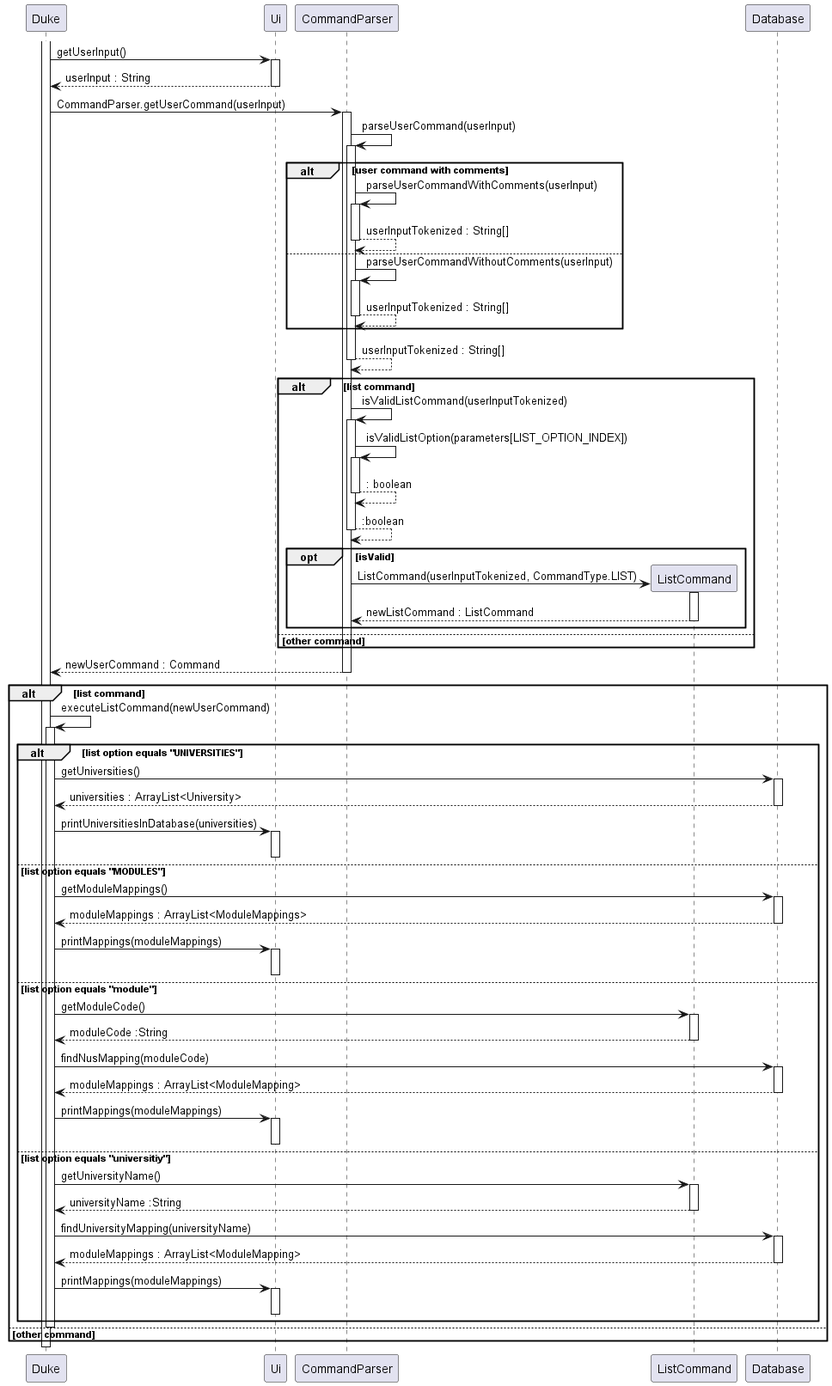
Before: docs/images/ListCommand_Sequence.png, a diagram exported from PlantUML (nus-cs2113-AY2223S1/tp). The source it was exported from:
```plantuml
@startuml

activate Duke

Duke -> Ui : getUserInput()
activate Ui
Ui --> Duke : userInput : String
deactivate Ui

Duke -> CommandParser : CommandParser.getUserCommand(userInput)
activate CommandParser

CommandParser -> CommandParser : parseUserCommand(userInput)
activate CommandParser

alt user command with comments
    CommandParser -> CommandParser : parseUserCommandWithComments(userInput)
    activate CommandParser

    CommandParser --> CommandParser : userInputTokenized : String[]
    deactivate CommandParser

else
    CommandParser -> CommandParser : parseUserCommandWithoutComments(userInput)
    activate CommandParser

    CommandParser --> CommandParser : userInputTokenized : String[]
    deactivate CommandParser
end

CommandParser --> CommandParser : userInputTokenized : String[]
deactivate CommandParser

alt list command

    CommandParser -> CommandParser : isValidListCommand(userInputTokenized)
    activate CommandParser

    CommandParser -> CommandParser : isValidListOption(parameters[LIST_OPTION_INDEX])
    activate CommandParser
    CommandParser --> CommandParser : : boolean
    deactivate CommandParser

    CommandParser --> CommandParser : :boolean
    deactivate CommandParser

    opt isValid

        create ListCommand
        CommandParser -> ListCommand : ListCommand(userInputTokenized, CommandType.LIST)
        activate ListCommand
        ListCommand --> CommandParser : newListCommand : ListCommand
        deactivate ListCommand

    end

else other command

end

CommandParser --> Duke : newUserCommand : Command
deactivate CommandParser

alt list command

    Duke -> Duke : executeListCommand(newUserCommand)
    activate Duke

    alt list option equals "UNIVERSITIES"

        Duke -> Database : getUniversities()
        activate Database
        Database --> Duke : universities : ArrayList<University>
        deactivate Database

        Duke -> Ui : printUniversitiesInDatabase(universities)
        activate Ui
        deactivate Ui

    else list option equals "MODULES"

        Duke -> Database : getModuleMappings()
        activate Database
        Database --> Duke : moduleMappings : ArrayList<ModuleMappings>
        deactivate Database

        Duke -> Ui : printMappings(moduleMappings)
        activate Ui
        deactivate Ui

    else list option equals "module"

        Duke -> ListCommand : getModuleCode()
        activate ListCommand
        ListCommand --> Duke : moduleCode :String
        deactivate ListCommand

        Duke -> Database : findNusMapping(moduleCode)
        activate Database
        Database --> Duke : moduleMappings : ArrayList<ModuleMapping>
        deactivate Database

        Duke -> Ui : printMappings(moduleMappings)
        activate Ui
        deactivate Ui

    else list option equals "universitiy"

        Duke -> ListCommand : getUniversityName()
        activate ListCommand
        ListCommand --> Duke : universityName :String
        deactivate ListCommand

        Duke -> Database : findUniversityMapping(universityName)
        activate Database
        Database --> Duke : moduleMappings : ArrayList<ModuleMapping>
        deactivate Database

        Duke -> Ui : printMappings(moduleMappings)
        activate Ui
        deactivate Ui

    end

deactivate Duke
else other command
end
deactivate Duke

@enduml
```
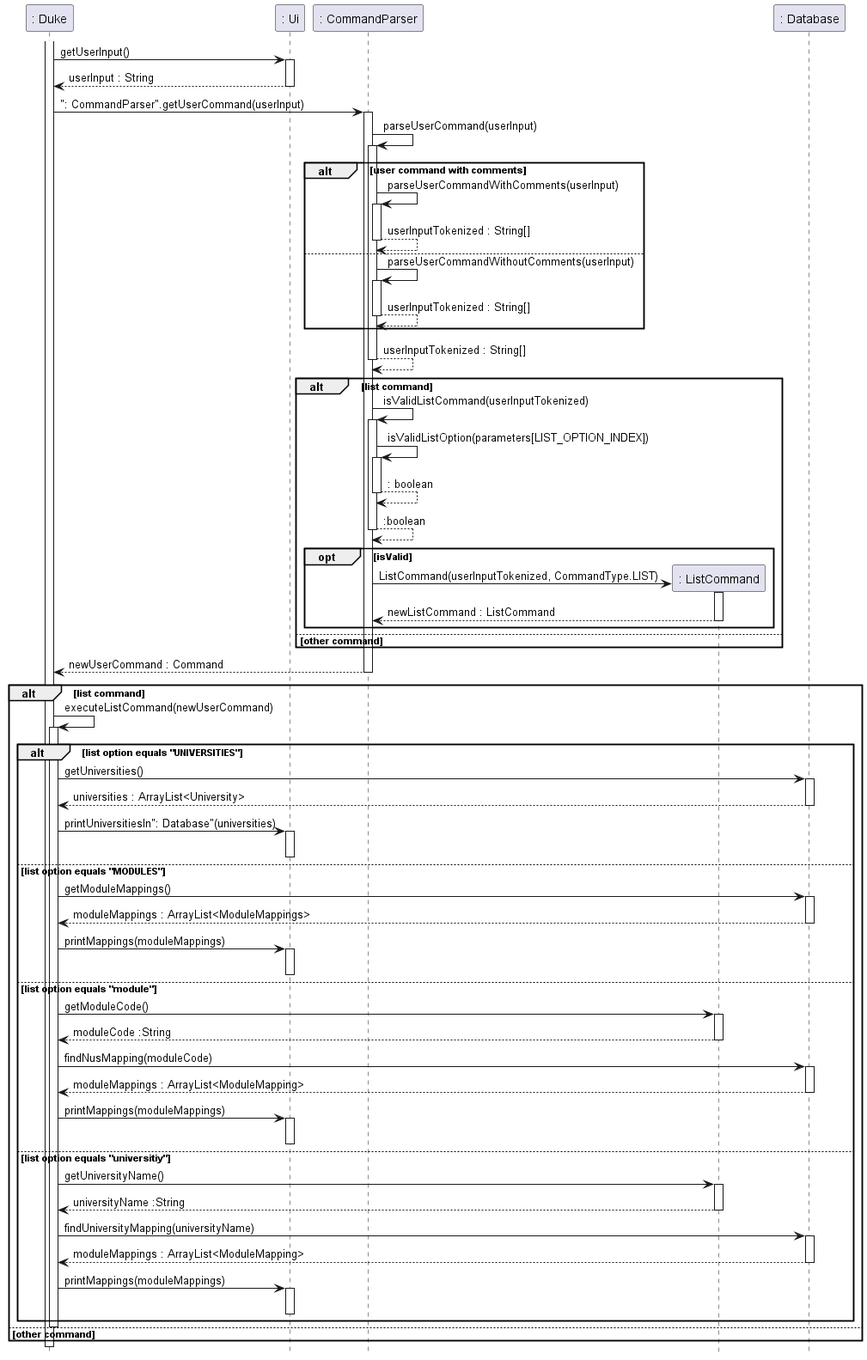
Above is the later version.

Commit message:
Export list command image

The edit, as a diff of the source:
```diff
@@ -1,56 +1,58 @@
 @startuml
 
-activate Duke
+hide footbox
 
-Duke -> Ui : getUserInput()
-activate Ui
-Ui --> Duke : userInput : String
-deactivate Ui
+activate ": Duke"
 
-Duke -> CommandParser : CommandParser.getUserCommand(userInput)
-activate CommandParser
+": Duke" -> ": Ui" : getUserInput()
+activate ": Ui"
+": Ui" --> ": Duke" : userInput : String
+deactivate ": Ui"
 
-CommandParser -> CommandParser : parseUserCommand(userInput)
-activate CommandParser
+": Duke" -> ": CommandParser" : ": CommandParser".getUserCommand(userInput)
+activate ": CommandParser"
+
+": CommandParser" -> ": CommandParser" : parseUserCommand(userInput)
+activate ": CommandParser"
 
 alt user command with comments
-    CommandParser -> CommandParser : parseUserCommandWithComments(userInput)
-    activate CommandParser
+    ": CommandParser" -> ": CommandParser" : parseUserCommandWithComments(userInput)
+    activate ": CommandParser"
 
-    CommandParser --> CommandParser : userInputTokenized : String[]
-    deactivate CommandParser
+    ": CommandParser" --> ": CommandParser" : userInputTokenized : String[]
+    deactivate ": CommandParser"
 
 else
-    CommandParser -> CommandParser : parseUserCommandWithoutComments(userInput)
-    activate CommandParser
+    ": CommandParser" -> ": CommandParser" : parseUserCommandWithoutComments(userInput)
+    activate ": CommandParser"
 
-    CommandParser --> CommandParser : userInputTokenized : String[]
-    deactivate CommandParser
+    ": CommandParser" --> ": CommandParser" : userInputTokenized : String[]
+    deactivate ": CommandParser"
 end
 
-CommandParser --> CommandParser : userInputTokenized : String[]
-deactivate CommandParser
+": CommandParser" --> ": CommandParser" : userInputTokenized : String[]
+deactivate ": CommandParser"
 
 alt list command
 
-    CommandParser -> CommandParser : isValidListCommand(userInputTokenized)
-    activate CommandParser
+    ": CommandParser" -> ": CommandParser" : isValidListCommand(userInputTokenized)
+    activate ": CommandParser"
 
-    CommandParser -> CommandParser : isValidListOption(parameters[LIST_OPTION_INDEX])
-    activate CommandParser
-    CommandParser --> CommandParser : : boolean
-    deactivate CommandParser
+    ": CommandParser" -> ": CommandParser" : isValidListOption(parameters[LIST_OPTION_INDEX])
+    activate ": CommandParser"
+    ": CommandParser" --> ": CommandParser" : : boolean
+    deactivate ": CommandParser"
 
-    CommandParser --> CommandParser : :boolean
-    deactivate CommandParser
+    ": CommandParser" --> ": CommandParser" : :boolean
+    deactivate ": CommandParser"
 
     opt isValid
 
-        create ListCommand
-        CommandParser -> ListCommand : ListCommand(userInputTokenized, CommandType.LIST)
-        activate ListCommand
-        ListCommand --> CommandParser : newListCommand : ListCommand
-        deactivate ListCommand
+        create ": ListCommand"
+        ": CommandParser" -> ": ListCommand" : ListCommand(userInputTokenized, CommandType.LIST)
+        activate ": ListCommand"
+        ": ListCommand" --> ": CommandParser" : newListCommand : ListCommand
+        deactivate ": ListCommand"
 
     end
 
@@ -58,73 +60,73 @@
 
 end
 
-CommandParser --> Duke : newUserCommand : Command
-deactivate CommandParser
+": CommandParser" --> ": Duke" : newUserCommand : Command
+deactivate ": CommandParser"
 
 alt list command
 
-    Duke -> Duke : executeListCommand(newUserCommand)
-    activate Duke
+    ": Duke" -> ": Duke" : executeListCommand(newUserCommand)
+    activate ": Duke"
 
     alt list option equals "UNIVERSITIES"
 
-        Duke -> Database : getUniversities()
-        activate Database
-        Database --> Duke : universities : ArrayList<University>
-        deactivate Database
+        ": Duke" -> ": Database" : getUniversities()
+        activate ": Database"
+        ": Database" --> ": Duke" : universities : ArrayList<University>
+        deactivate ": Database"
 
-        Duke -> Ui : printUniversitiesInDatabase(universities)
-        activate Ui
-        deactivate Ui
+        ": Duke" -> ": Ui" : printUniversitiesIn": Database"(universities)
+        activate ": Ui"
+        deactivate ": Ui"
 
     else list option equals "MODULES"
 
-        Duke -> Database : getModuleMappings()
-        activate Database
-        Database --> Duke : moduleMappings : ArrayList<ModuleMappings>
-        deactivate Database
+        ": Duke" -> ": Database" : getModuleMappings()
+        activate ": Database"
+        ": Database" --> ": Duke" : moduleMappings : ArrayList<ModuleMappings>
+        deactivate ": Database"
 
-        Duke -> Ui : printMappings(moduleMappings)
-        activate Ui
-        deactivate Ui
+        ": Duke" -> ": Ui" : printMappings(moduleMappings)
+        activate ": Ui"
+        deactivate ": Ui"
 
     else list option equals "module"
 
-        Duke -> ListCommand : getModuleCode()
-        activate ListCommand
-        ListCommand --> Duke : moduleCode :String
-        deactivate ListCommand
+        ": Duke" -> ": ListCommand" : getModuleCode()
+        activate ": ListCommand"
+        ": ListCommand" --> ": Duke" : moduleCode :String
+        deactivate ": ListCommand"
 
-        Duke -> Database : findNusMapping(moduleCode)
-        activate Database
-        Database --> Duke : moduleMappings : ArrayList<ModuleMapping>
-        deactivate Database
+        ": Duke" -> ": Database" : findNusMapping(moduleCode)
+        activate ": Database"
+        ": Database" --> ": Duke" : moduleMappings : ArrayList<ModuleMapping>
+        deactivate ": Database"
 
-        Duke -> Ui : printMappings(moduleMappings)
-        activate Ui
-        deactivate Ui
+        ": Duke" -> ": Ui" : printMappings(moduleMappings)
+        activate ": Ui"
+        deactivate ": Ui"
 
     else list option equals "universitiy"
 
-        Duke -> ListCommand : getUniversityName()
-        activate ListCommand
-        ListCommand --> Duke : universityName :String
-        deactivate ListCommand
+        ": Duke" -> ": ListCommand" : getUniversityName()
+        activate ": ListCommand"
+        ": ListCommand" --> ": Duke" : universityName :String
+        deactivate ": ListCommand"
 
-        Duke -> Database : findUniversityMapping(universityName)
-        activate Database
-        Database --> Duke : moduleMappings : ArrayList<ModuleMapping>
-        deactivate Database
+        ": Duke" -> ": Database" : findUniversityMapping(universityName)
+        activate ": Database"
+        ": Database" --> ": Duke" : moduleMappings : ArrayList<ModuleMapping>
+        deactivate ": Database"
 
-        Duke -> Ui : printMappings(moduleMappings)
-        activate Ui
-        deactivate Ui
+        ": Duke" -> ": Ui" : printMappings(moduleMappings)
+        activate ": Ui"
+        deactivate ": Ui"
 
     end
 
-deactivate Duke
+deactivate ": Duke"
 else other command
 end
-deactivate Duke
+deactivate ": Duke"
 
 @enduml
```
